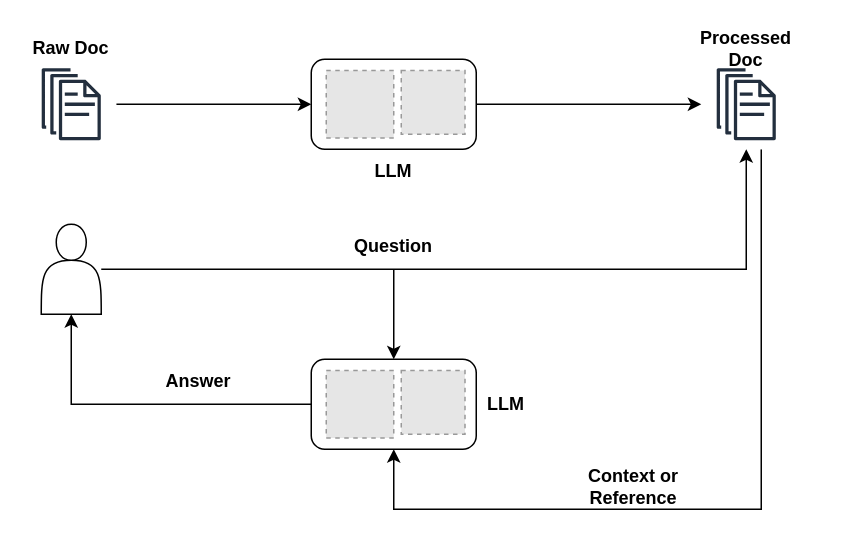
Above: src/docs/MAIN_SYSTEM.drawio in yiqiao-yin/wyn-chatbot-io (draw.io), before the change. Source tidied: cells renumbered, new cells numbered last; positions are measured from the earlier drawing's top-left corner, leaving out a move shared by most shapes. Both pictures are drawn from the tidied source at 150%, with x=0, y=0 at pixel (26, 26). Pictures stored in the file or linked from it are replaced by grey dashed boxes.
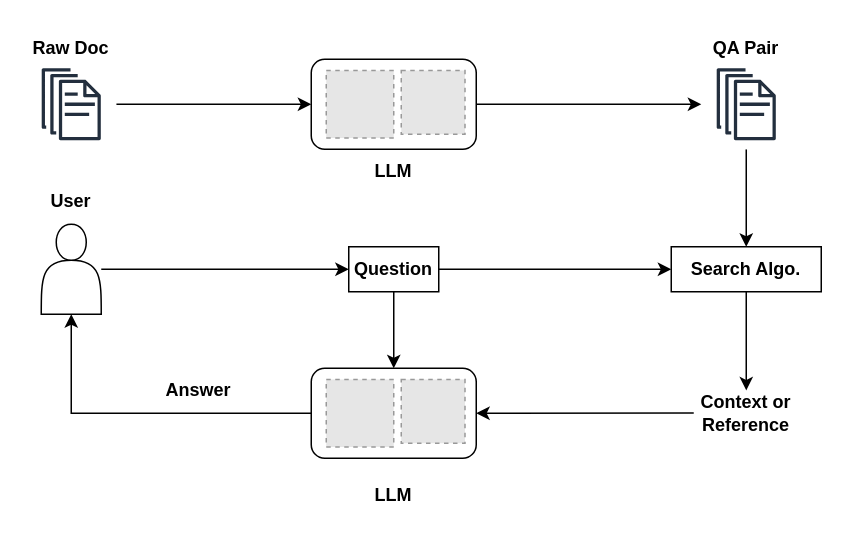
After the change.

Commit message (it also covers changes not shown here):
system diagram updated

Unchanged cells that the change refers to:
```xml
<mxCell id="5" style="sketch=0;outlineConnect=0;fontColor=#232F3E;gradientColor=none;strokeColor=#232F3E;fillColor=#ffffff;dashed=0;verticalLabelPosition=bottom;verticalAlign=top;align=center;html=1;fontSize=12;fontStyle=0;shape=mxgraph.aws4.resourceIcon;resIcon=mxgraph.aws4.documents;" parent="1" vertex="1">
  <mxGeometry x="450" y="22" width="60" height="60" as="geometry" />
</mxCell>
<mxCell id="12" style="shape=actor;whiteSpace=wrap;html=1;" parent="1" vertex="1">
  <mxGeometry x="10" y="132" width="40" height="60" as="geometry" />
</mxCell>
```

What changed in the source:
```diff
@@
-    <mxCell id="4" style="edgeStyle=orthogonalEdgeStyle;rounded=0;jettySize=auto;html=1;" parent="1" edge="1" source="5" target="14">
-      <mxGeometry relative="1" as="geometry">
-        <Array as="points">
-          <mxPoint x="490" y="322" />
-        </Array>
-      </mxGeometry>
-    </mxCell>
+    <mxCell id="24" style="edgeStyle=none;html=1;entryX=0.5;entryY=0;entryDx=0;entryDy=0;" parent="1" edge="1" source="5" target="29">
+      <mxGeometry relative="1" as="geometry" />
+    </mxCell>
@@
-    <mxCell id="11" style="edgeStyle=orthogonalEdgeStyle;rounded=0;jettySize=auto;html=1;" parent="1" edge="1" source="12" target="5">
-      <mxGeometry relative="1" as="geometry" />
-    </mxCell>
+    <mxCell id="25" style="edgeStyle=none;html=1;entryX=0;entryY=0.5;entryDx=0;entryDy=0;" parent="1" edge="1" source="12" target="21">
+      <mxGeometry relative="1" as="geometry" />
+    </mxCell>
@@
     <mxCell id="14" style="rounded=1;whiteSpace=wrap;html=1;" parent="1" vertex="1">
-      <mxGeometry x="190" y="222" width="110" height="60" as="geometry" />
+      <mxGeometry x="190" y="228" width="110" height="60" as="geometry" />
     </mxCell>
     <mxCell id="15" style="fillColor=#E6E6E6;strokeColor=#999999;dashed=1;verticalLabelPosition=bottom;labelBackgroundColor=default;verticalAlign=top;" parent="1" vertex="1">
-      <mxGeometry x="200" y="229.5" width="45" height="45" as="geometry" />
+      <mxGeometry x="200" y="235.5" width="45" height="45" as="geometry" />
     </mxCell>
     <mxCell id="16" style="fillColor=#E6E6E6;strokeColor=#999999;dashed=1;verticalLabelPosition=bottom;labelBackgroundColor=default;verticalAlign=top;" parent="1" vertex="1">
-      <mxGeometry x="250" y="229.5" width="42.5" height="42.5" as="geometry" />
+      <mxGeometry x="250" y="235.5" width="42.5" height="42.5" as="geometry" />
     </mxCell>
     <mxCell id="17" value="&lt;b&gt;LLM&lt;/b&gt;" style="text;html=1;strokeColor=none;fillColor=none;align=center;verticalAlign=middle;whiteSpace=wrap;rounded=0;" parent="1" vertex="1">
-      <mxGeometry x="290" y="237" width="60" height="30" as="geometry" />
+      <mxGeometry x="215" y="298" width="60" height="30" as="geometry" />
     </mxCell>
@@
-    <mxCell id="19" value="&lt;b&gt;Processed Doc&lt;/b&gt;" style="text;html=1;strokeColor=none;fillColor=none;align=center;verticalAlign=middle;whiteSpace=wrap;rounded=0;" parent="1" vertex="1">
+    <mxCell id="19" value="&lt;b&gt;QA Pair&lt;/b&gt;" style="text;html=1;strokeColor=none;fillColor=none;align=center;verticalAlign=middle;whiteSpace=wrap;rounded=0;" parent="1" vertex="1">
       <mxGeometry x="450" y="-0.5" width="60" height="30" as="geometry" />
     </mxCell>
@@
+    <mxCell id="26" style="edgeStyle=none;html=1;entryX=0;entryY=0.5;entryDx=0;entryDy=0;" parent="1" edge="1" source="21" target="29">
+      <mxGeometry relative="1" as="geometry" />
+    </mxCell>
-    <mxCell id="21" value="&lt;b&gt;Question&lt;/b&gt;" style="text;html=1;strokeColor=none;fillColor=none;align=center;verticalAlign=middle;whiteSpace=wrap;rounded=0;" parent="1" vertex="1">
-      <mxGeometry x="215" y="132" width="60" height="30" as="geometry" />
+    <mxCell id="21" value="&lt;b&gt;Question&lt;/b&gt;" style="text;html=1;strokeColor=default;fillColor=none;align=center;verticalAlign=middle;whiteSpace=wrap;rounded=0;" parent="1" vertex="1">
+      <mxGeometry x="215" y="147" width="60" height="30" as="geometry" />
     </mxCell>
+    <mxCell id="27" style="edgeStyle=orthogonalEdgeStyle;curved=1;html=1;exitX=0;exitY=0.5;exitDx=0;exitDy=0;entryX=1;entryY=0.5;entryDx=0;entryDy=0;" parent="1" edge="1" source="22" target="14">
+      <mxGeometry relative="1" as="geometry" />
+    </mxCell>
     <mxCell id="22" value="&lt;b&gt;Context or Reference&lt;/b&gt;" style="text;html=1;strokeColor=none;fillColor=none;align=center;verticalAlign=middle;whiteSpace=wrap;rounded=0;" parent="1" vertex="1">
-      <mxGeometry x="370" y="292" width="70" height="30" as="geometry" />
+      <mxGeometry x="445" y="242.8" width="70" height="30" as="geometry" />
     </mxCell>
     <mxCell id="23" value="&lt;b&gt;Answer&lt;/b&gt;" style="text;html=1;strokeColor=none;fillColor=none;align=center;verticalAlign=middle;whiteSpace=wrap;rounded=0;" parent="1" vertex="1">
-      <mxGeometry x="80" y="222" width="70" height="30" as="geometry" />
+      <mxGeometry x="80" y="228" width="70" height="30" as="geometry" />
     </mxCell>
+    <mxCell id="28" style="edgeStyle=none;html=1;entryX=0.5;entryY=0;entryDx=0;entryDy=0;" parent="1" edge="1" source="29" target="22">
+      <mxGeometry relative="1" as="geometry" />
+    </mxCell>
+    <mxCell id="29" value="&lt;b&gt;Search Algo.&lt;/b&gt;" style="text;html=1;strokeColor=default;fillColor=none;align=center;verticalAlign=middle;whiteSpace=wrap;rounded=0;" parent="1" vertex="1">
+      <mxGeometry x="430" y="147" width="100" height="30" as="geometry" />
+    </mxCell>
+    <mxCell id="30" value="&lt;b&gt;User&lt;/b&gt;" style="text;html=1;strokeColor=none;fillColor=none;align=center;verticalAlign=middle;whiteSpace=wrap;rounded=0;" parent="1" vertex="1">
+      <mxGeometry y="102" width="60" height="30" as="geometry" />
+    </mxCell>
```
